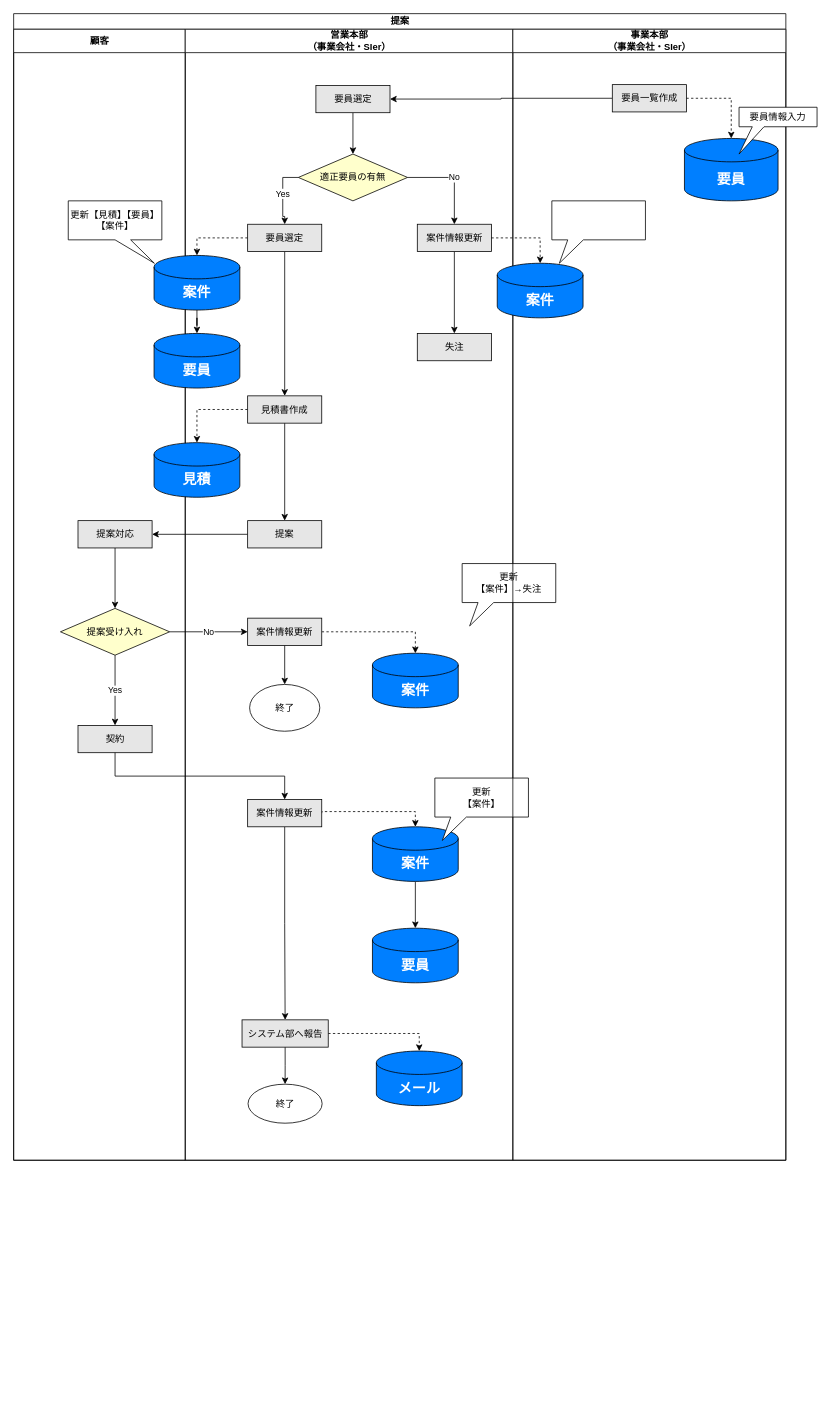
The draw.io diagram page "提案" (4 of 6) of 20230622To-Be業務フロー図.drawio in TaikiHorita/TaikiRepository, before the edit. Source tidied: cells renumbered, new cells numbered last; positions are measured from the earlier drawing's top-left corner, leaving out a move shared by most shapes. Both pictures are drawn from the tidied source at 78%, with x=0, y=0 at pixel (13, 13).
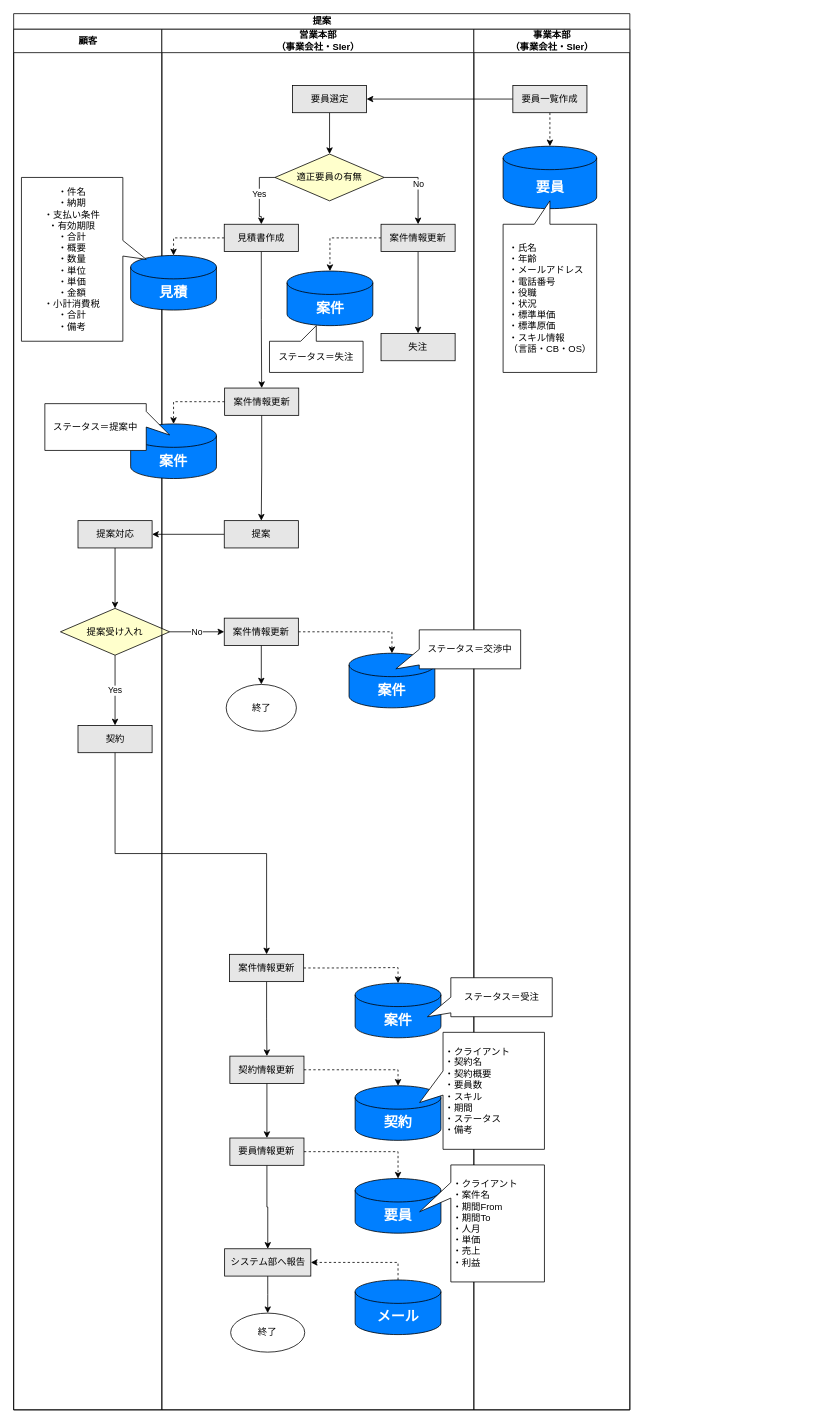
Above is the later version.

Change to the diagram source:
```diff
@@
     <mxCell id="2" value="提案" style="swimlane;startSize=20;html=1;" parent="1" vertex="1">
-      <mxGeometry width="990" height="1470" as="geometry" />
+      <mxGeometry width="790" height="1790" as="geometry" />
     </mxCell>
     <mxCell id="3" value="顧客" style="swimlane;startSize=30;html=1;fillColor=#FFFFFF;" parent="2" vertex="1">
-      <mxGeometry y="20" width="220" height="1450" as="geometry" />
+      <mxGeometry y="20" width="190" height="1770" as="geometry" />
     </mxCell>
@@
-    <mxCell id="9" value="更新【見積】【要員】【案件】" style="shape=callout;whiteSpace=wrap;html=1;perimeter=calloutPerimeter;position2=0.92;fillColor=#FFFFFF;" parent="3" vertex="1">
-      <mxGeometry x="70" y="220" width="120" height="80" as="geometry" />
-    </mxCell>
@@
     <mxCell id="14" value="営業本部&lt;br&gt;（事業会社・SIer）" style="swimlane;startSize=30;html=1;" parent="2" vertex="1">
-      <mxGeometry x="220" y="20" width="420" height="1450" as="geometry" />
+      <mxGeometry x="190" y="20" width="400" height="1770" as="geometry" />
     </mxCell>
@@
-    <mxCell id="17" style="edgeStyle=orthogonalEdgeStyle;rounded=0;jettySize=auto;html=1;exitX=0.5;exitY=1;exitDx=0;exitDy=0;exitPerimeter=0;" parent="14" edge="1" source="18" target="25">
-      <mxGeometry relative="1" as="geometry" />
-    </mxCell>
-    <mxCell id="18" value="&lt;font style=&quot;font-size: 18px;&quot; color=&quot;#ffffff&quot;&gt;&lt;b&gt;案件&lt;/b&gt;&lt;/font&gt;" style="shape=cylinder3;whiteSpace=wrap;html=1;boundedLbl=1;backgroundOutline=1;size=15;fillColor=#007FFF;" parent="14" vertex="1">
+    <mxCell id="18" value="&lt;font color=&quot;#ffffff&quot;&gt;&lt;span style=&quot;font-size: 18px;&quot;&gt;&lt;b&gt;見積&lt;/b&gt;&lt;/span&gt;&lt;/font&gt;" style="shape=cylinder3;whiteSpace=wrap;html=1;boundedLbl=1;backgroundOutline=1;size=15;fillColor=#007FFF;" parent="14" vertex="1">
       <mxGeometry x="-40" y="290" width="110" height="70" as="geometry" />
     </mxCell>
@@
-    <mxCell id="21" style="edgeStyle=orthogonalEdgeStyle;rounded=0;jettySize=auto;html=1;exitX=0.5;exitY=1;exitDx=0;exitDy=0;exitPerimeter=0;entryX=0.5;entryY=0;entryDx=0;entryDy=0;entryPerimeter=0;" parent="14" edge="1" source="22" target="30">
-      <mxGeometry relative="1" as="geometry" />
-    </mxCell>
     <mxCell id="22" value="&lt;font style=&quot;font-size: 18px;&quot; color=&quot;#ffffff&quot;&gt;&lt;b&gt;案件&lt;/b&gt;&lt;/font&gt;" style="shape=cylinder3;whiteSpace=wrap;html=1;boundedLbl=1;backgroundOutline=1;size=15;fillColor=#007FFF;" parent="14" vertex="1">
-      <mxGeometry x="240" y="1022.5" width="110" height="70" as="geometry" />
+      <mxGeometry x="247.8" y="1223" width="110" height="70" as="geometry" />
     </mxCell>
-    <mxCell id="23" value="更新&lt;br&gt;【案件】→失注" style="shape=callout;whiteSpace=wrap;html=1;perimeter=calloutPerimeter;position2=0.08;size=30;position=0.17;base=20;" parent="14" vertex="1">
-      <mxGeometry x="355" y="685" width="120" height="80" as="geometry" />
-    </mxCell>
-    <mxCell id="24" value="更新&lt;br&gt;【案件】" style="shape=callout;whiteSpace=wrap;html=1;perimeter=calloutPerimeter;position2=0.08;size=30;position=0.17;base=20;" parent="14" vertex="1">
-      <mxGeometry x="320" y="960" width="120" height="80" as="geometry" />
-    </mxCell>
-    <mxCell id="25" value="&lt;font style=&quot;font-size: 18px;&quot; color=&quot;#ffffff&quot;&gt;&lt;b&gt;要員&lt;/b&gt;&lt;/font&gt;" style="shape=cylinder3;whiteSpace=wrap;html=1;boundedLbl=1;backgroundOutline=1;size=15;fillColor=#007FFF;" parent="14" vertex="1">
-      <mxGeometry x="-40" y="390" width="110" height="70" as="geometry" />
-    </mxCell>
-    <mxCell id="26" value="&lt;font style=&quot;font-size: 18px;&quot; color=&quot;#ffffff&quot;&gt;&lt;b&gt;見積&lt;/b&gt;&lt;/font&gt;" style="shape=cylinder3;whiteSpace=wrap;html=1;boundedLbl=1;backgroundOutline=1;size=15;fillColor=#007FFF;" parent="14" vertex="1">
-      <mxGeometry x="-40" y="530" width="110" height="70" as="geometry" />
+    <mxCell id="26" value="&lt;font style=&quot;font-size: 18px;&quot; color=&quot;#ffffff&quot;&gt;&lt;b&gt;案件&lt;/b&gt;&lt;/font&gt;" style="shape=cylinder3;whiteSpace=wrap;html=1;boundedLbl=1;backgroundOutline=1;size=15;fillColor=#007FFF;" parent="14" vertex="1">
+      <mxGeometry x="-40" y="506" width="110" height="70" as="geometry" />
     </mxCell>
     <mxCell id="27" value="失注" style="rounded=0;whiteSpace=wrap;html=1;fillColor=#E6E6E6;" parent="14" vertex="1">
-      <mxGeometry x="297.5" y="390" width="95" height="35" as="geometry" />
+      <mxGeometry x="281" y="390" width="95" height="35" as="geometry" />
     </mxCell>
@@
     <mxCell id="30" value="&lt;font style=&quot;font-size: 18px;&quot; color=&quot;#ffffff&quot;&gt;&lt;b&gt;要員&lt;/b&gt;&lt;/font&gt;" style="shape=cylinder3;whiteSpace=wrap;html=1;boundedLbl=1;backgroundOutline=1;size=15;fillColor=#007FFF;" parent="14" vertex="1">
-      <mxGeometry x="240" y="1152.5" width="110" height="70" as="geometry" />
+      <mxGeometry x="247.8" y="1473.5" width="110" height="70" as="geometry" />
     </mxCell>
+    <mxCell id="60" style="edgeStyle=orthogonalEdgeStyle;rounded=0;jettySize=auto;html=1;exitX=0.5;exitY=0;exitDx=0;exitDy=0;exitPerimeter=0;entryX=1;entryY=0.5;entryDx=0;entryDy=0;dashed=1;" parent="14" edge="1" source="31" target="51">
+      <mxGeometry relative="1" as="geometry" />
+    </mxCell>
     <mxCell id="31" value="&lt;font color=&quot;#ffffff&quot;&gt;&lt;span style=&quot;font-size: 18px;&quot;&gt;&lt;b&gt;メール&lt;/b&gt;&lt;/span&gt;&lt;/font&gt;" style="shape=cylinder3;whiteSpace=wrap;html=1;boundedLbl=1;backgroundOutline=1;size=15;fillColor=#007FFF;" parent="14" vertex="1">
-      <mxGeometry x="245" y="1310" width="110" height="70" as="geometry" />
+      <mxGeometry x="247.8" y="1603.5" width="110" height="70" as="geometry" />
     </mxCell>
     <mxCell id="32" value="終了" style="ellipse;whiteSpace=wrap;html=1;" parent="14" vertex="1">
-      <mxGeometry x="80.5" y="1352.5" width="95" height="50" as="geometry" />
+      <mxGeometry x="88.2" y="1646" width="95" height="50" as="geometry" />
     </mxCell>
@@
-    <mxCell id="35" value="要員選定" style="rounded=0;whiteSpace=wrap;html=1;fillColor=#E6E6E6;" parent="14" vertex="1">
+    <mxCell id="35" value="見積書作成" style="rounded=0;whiteSpace=wrap;html=1;fillColor=#E6E6E6;" parent="14" vertex="1">
       <mxGeometry x="80" y="250" width="95" height="35" as="geometry" />
     </mxCell>
@@
-    <mxCell id="38" value="見積書作成" style="rounded=0;whiteSpace=wrap;html=1;fillColor=#E6E6E6;" parent="14" vertex="1">
-      <mxGeometry x="80" y="470" width="95" height="35" as="geometry" />
+    <mxCell id="38" value="案件情報更新" style="rounded=0;whiteSpace=wrap;html=1;fillColor=#E6E6E6;" parent="14" vertex="1">
+      <mxGeometry x="80.5" y="460" width="95" height="35" as="geometry" />
     </mxCell>
@@
+    <mxCell id="59" style="edgeStyle=orthogonalEdgeStyle;rounded=0;jettySize=auto;html=1;exitX=0;exitY=0.5;exitDx=0;exitDy=0;entryX=0.5;entryY=0;entryDx=0;entryDy=0;entryPerimeter=0;dashed=1;" parent="14" edge="1" source="43" target="58">
+      <mxGeometry relative="1" as="geometry" />
+    </mxCell>
     <mxCell id="43" value="案件情報更新" style="rounded=0;whiteSpace=wrap;html=1;fillColor=#E6E6E6;" parent="14" vertex="1">
-      <mxGeometry x="297.5" y="250" width="95" height="35" as="geometry" />
+      <mxGeometry x="281" y="250" width="95" height="35" as="geometry" />
     </mxCell>
@@
+    <mxCell id="61" style="edgeStyle=orthogonalEdgeStyle;rounded=0;jettySize=auto;html=1;exitX=0.5;exitY=1;exitDx=0;exitDy=0;entryX=0.5;entryY=0;entryDx=0;entryDy=0;" parent="14" edge="1" source="48" target="68">
+      <mxGeometry relative="1" as="geometry" />
+    </mxCell>
     <mxCell id="46" style="edgeStyle=orthogonalEdgeStyle;rounded=0;jettySize=auto;html=1;exitX=1;exitY=0.5;exitDx=0;exitDy=0;entryX=0.5;entryY=0;entryDx=0;entryDy=0;entryPerimeter=0;dashed=1;" parent="14" edge="1" source="48" target="22">
-      <mxGeometry relative="1" as="geometry">
-        <Array as="points">
-          <mxPoint x="175" y="1003" />
-          <mxPoint x="295" y="1003" />
-        </Array>
-      </mxGeometry>
+      <mxGeometry relative="1" as="geometry" />
     </mxCell>
-    <mxCell id="47" style="edgeStyle=orthogonalEdgeStyle;rounded=0;jettySize=auto;html=1;exitX=0.5;exitY=1;exitDx=0;exitDy=0;entryX=0.5;entryY=0;entryDx=0;entryDy=0;" parent="14" edge="1" source="48" target="51">
-      <mxGeometry relative="1" as="geometry" />
-    </mxCell>
     <mxCell id="48" value="案件情報更新" style="rounded=0;whiteSpace=wrap;html=1;fillColor=#E6E6E6;" parent="14" vertex="1">
-      <mxGeometry x="80" y="987.5" width="95" height="35" as="geometry" />
+      <mxGeometry x="86.8" y="1186" width="95" height="35" as="geometry" />
     </mxCell>
-    <mxCell id="49" style="edgeStyle=orthogonalEdgeStyle;rounded=0;jettySize=auto;html=1;exitX=1;exitY=0.5;exitDx=0;exitDy=0;entryX=0.5;entryY=0;entryDx=0;entryDy=0;entryPerimeter=0;dashed=1;" parent="14" edge="1" source="51" target="31">
-      <mxGeometry relative="1" as="geometry" />
-    </mxCell>
@@
     <mxCell id="51" value="システム部へ報告" style="rounded=0;whiteSpace=wrap;html=1;fillColor=#E6E6E6;" parent="14" vertex="1">
-      <mxGeometry x="72.8" y="1270" width="110.5" height="35" as="geometry" />
+      <mxGeometry x="80.5" y="1563.5" width="110.5" height="35" as="geometry" />
     </mxCell>
+    <mxCell id="62" value="・件名&lt;br&gt;・納期&lt;br&gt;・支払い条件&lt;br&gt;・有効期限&lt;br&gt;・合計&lt;br&gt;・概要&lt;br&gt;・数量&lt;br&gt;・単位&lt;br&gt;・単価&lt;br&gt;・金額&lt;br&gt;・小計消費税&lt;br&gt;・合計&lt;br&gt;・備考" style="shape=callout;whiteSpace=wrap;html=1;perimeter=calloutPerimeter;size=30;position=0.52;direction=north;base=20;" parent="14" vertex="1">
+      <mxGeometry x="-180" y="190" width="160" height="210" as="geometry" />
+    </mxCell>
+    <mxCell id="63" style="edgeStyle=orthogonalEdgeStyle;rounded=0;jettySize=auto;html=1;exitX=1;exitY=0.5;exitDx=0;exitDy=0;entryX=0.5;entryY=0;entryDx=0;entryDy=0;entryPerimeter=0;dashed=1;" parent="14" edge="1" source="65" target="30">
+      <mxGeometry relative="1" as="geometry" />
+    </mxCell>
+    <mxCell id="64" style="edgeStyle=orthogonalEdgeStyle;rounded=0;jettySize=auto;html=1;exitX=0.5;exitY=1;exitDx=0;exitDy=0;" parent="14" edge="1" source="65" target="51">
+      <mxGeometry relative="1" as="geometry" />
+    </mxCell>
+    <mxCell id="65" value="要員情報更新" style="rounded=0;whiteSpace=wrap;html=1;fillColor=#E6E6E6;" parent="14" vertex="1">
+      <mxGeometry x="87.2" y="1421.5" width="95" height="35" as="geometry" />
+    </mxCell>
+    <mxCell id="66" style="edgeStyle=orthogonalEdgeStyle;rounded=0;jettySize=auto;html=1;exitX=0.5;exitY=1;exitDx=0;exitDy=0;entryX=0.5;entryY=0;entryDx=0;entryDy=0;" parent="14" edge="1" source="68" target="65">
+      <mxGeometry relative="1" as="geometry" />
+    </mxCell>
+    <mxCell id="67" style="edgeStyle=orthogonalEdgeStyle;rounded=0;jettySize=auto;html=1;exitX=1;exitY=0.5;exitDx=0;exitDy=0;entryX=0.5;entryY=0;entryDx=0;entryDy=0;entryPerimeter=0;dashed=1;" parent="14" edge="1" source="68" target="69">
+      <mxGeometry relative="1" as="geometry" />
+    </mxCell>
+    <mxCell id="68" value="契約情報更新" style="rounded=0;whiteSpace=wrap;html=1;fillColor=#E6E6E6;" parent="14" vertex="1">
+      <mxGeometry x="87.2" y="1316.5" width="95" height="35" as="geometry" />
+    </mxCell>
+    <mxCell id="69" value="&lt;font style=&quot;font-size: 18px;&quot; color=&quot;#ffffff&quot;&gt;&lt;b&gt;契約&lt;/b&gt;&lt;/font&gt;" style="shape=cylinder3;whiteSpace=wrap;html=1;boundedLbl=1;backgroundOutline=1;size=15;fillColor=#007FFF;" parent="14" vertex="1">
+      <mxGeometry x="247.8" y="1354.5" width="110" height="70" as="geometry" />
+    </mxCell>
+    <mxCell id="58" value="&lt;font style=&quot;font-size: 18px;&quot; color=&quot;#ffffff&quot;&gt;&lt;b&gt;案件&lt;/b&gt;&lt;/font&gt;" style="shape=cylinder3;whiteSpace=wrap;html=1;boundedLbl=1;backgroundOutline=1;size=15;fillColor=#007FFF;" parent="14" vertex="1">
+      <mxGeometry x="160.5" y="310" width="110" height="70" as="geometry" />
+    </mxCell>
+    <mxCell id="70" value="ステータス＝失注" style="shape=callout;whiteSpace=wrap;html=1;perimeter=calloutPerimeter;direction=west;size=20;position=0.5;" parent="14" vertex="1">
+      <mxGeometry x="138" y="380" width="120" height="60" as="geometry" />
+    </mxCell>
     <mxCell id="52" value="事業本部&lt;br&gt;（事業会社・SIer）" style="swimlane;startSize=30;html=1;" parent="2" vertex="1">
-      <mxGeometry x="640" y="20" width="350" height="1450" as="geometry" />
+      <mxGeometry x="590" y="20" width="200" height="1770" as="geometry" />
     </mxCell>
     <mxCell id="53" value="&lt;font style=&quot;font-size: 18px;&quot; color=&quot;#ffffff&quot;&gt;&lt;b&gt;要員&lt;/b&gt;&lt;/font&gt;" style="shape=cylinder3;whiteSpace=wrap;html=1;boundedLbl=1;backgroundOutline=1;size=15;fillColor=#007FFF;" parent="52" vertex="1">
-      <mxGeometry x="220" y="140" width="120" height="80" as="geometry" />
+      <mxGeometry x="37.5" y="150" width="120" height="80" as="geometry" />
     </mxCell>
-    <mxCell id="54" value="要員情報入力" style="shape=callout;whiteSpace=wrap;html=1;perimeter=calloutPerimeter;size=35;position=0.17;position2=0;base=15;rotation=0;" parent="52" vertex="1">
-      <mxGeometry x="290" y="100" width="100" height="60" as="geometry" />
-    </mxCell>
-    <mxCell id="55" style="shape=callout;whiteSpace=wrap;html=1;perimeter=calloutPerimeter;position2=0.08;size=30;position=0.17;base=20;" parent="52" vertex="1">
-      <mxGeometry x="50" y="220" width="120" height="80" as="geometry" />
-    </mxCell>
-    <mxCell id="56" style="edgeStyle=orthogonalEdgeStyle;rounded=0;jettySize=auto;html=1;exitX=1;exitY=0.5;exitDx=0;exitDy=0;entryX=0.5;entryY=0;entryDx=0;entryDy=0;entryPerimeter=0;dashed=1;" parent="52" edge="1" source="57" target="53">
+    <mxCell id="56" style="edgeStyle=orthogonalEdgeStyle;rounded=0;jettySize=auto;html=1;exitX=0.5;exitY=1;exitDx=0;exitDy=0;entryX=0.5;entryY=0;entryDx=0;entryDy=0;entryPerimeter=0;dashed=1;" parent="52" edge="1" source="57" target="53">
       <mxGeometry relative="1" as="geometry" />
     </mxCell>
     <mxCell id="57" value="要員一覧作成" style="rounded=0;whiteSpace=wrap;html=1;fillColor=#E6E6E6;" parent="52" vertex="1">
-      <mxGeometry x="127.5" y="71" width="95" height="35" as="geometry" />
+      <mxGeometry x="50" y="72" width="95" height="35" as="geometry" />
     </mxCell>
-    <mxCell id="58" value="&lt;font style=&quot;font-size: 18px;&quot; color=&quot;#ffffff&quot;&gt;&lt;b&gt;案件&lt;/b&gt;&lt;/font&gt;" style="shape=cylinder3;whiteSpace=wrap;html=1;boundedLbl=1;backgroundOutline=1;size=15;fillColor=#007FFF;" parent="52" vertex="1">
-      <mxGeometry x="-20" y="300" width="110" height="70" as="geometry" />
-    </mxCell>
-    <mxCell id="59" style="edgeStyle=orthogonalEdgeStyle;rounded=0;jettySize=auto;html=1;exitX=1;exitY=0.5;exitDx=0;exitDy=0;entryX=0.5;entryY=0;entryDx=0;entryDy=0;entryPerimeter=0;dashed=1;" parent="2" edge="1" source="43" target="58">
-      <mxGeometry relative="1" as="geometry" />
-    </mxCell>
+    <mxCell id="71" value="ステータス＝交渉中" style="shape=callout;whiteSpace=wrap;html=1;perimeter=calloutPerimeter;direction=south;position2=1;" parent="52" vertex="1">
+      <mxGeometry x="-100" y="770" width="160" height="50" as="geometry" />
+    </mxCell>
+    <mxCell id="72" value="&lt;div style=&quot;border-color: var(--border-color); text-align: justify;&quot;&gt;&lt;/div&gt;&lt;span style=&quot;border-color: var(--border-color); background-color: initial;&quot;&gt;&lt;/span&gt;&lt;blockquote style=&quot;border: none; margin: 0px 0px 0px 40px; padding: 0px;&quot;&gt;&lt;/blockquote&gt;&lt;span style=&quot;border-color: var(--border-color); background-color: initial;&quot;&gt;&lt;div style=&quot;border-color: var(--border-color); text-align: justify;&quot;&gt;&lt;span style=&quot;border-color: var(--border-color); background-color: initial;&quot;&gt;・氏名&lt;/span&gt;&lt;/div&gt;&lt;/span&gt;&lt;blockquote style=&quot;border: none; margin: 0px 0px 0px 40px; padding: 0px;&quot;&gt;&lt;/blockquote&gt;&lt;span style=&quot;border-color: var(--border-color); background-color: initial;&quot;&gt;&lt;div style=&quot;border-color: var(--border-color); text-align: justify;&quot;&gt;&lt;span style=&quot;border-color: var(--border-color); background-color: initial;&quot;&gt;・年齢&lt;/span&gt;&lt;/div&gt;&lt;/span&gt;&lt;blockquote style=&quot;border: none; margin: 0px 0px 0px 40px; padding: 0px;&quot;&gt;&lt;/blockquote&gt;&lt;span style=&quot;border-color: var(--border-color); background-color: initial;&quot;&gt;&lt;div style=&quot;border-color: var(--border-color); text-align: justify;&quot;&gt;&lt;span style=&quot;border-color: var(--border-color); background-color: initial;&quot;&gt;・メールアドレス&lt;/span&gt;&lt;/div&gt;&lt;/span&gt;&lt;blockquote style=&quot;border: none; margin: 0px 0px 0px 40px; padding: 0px;&quot;&gt;&lt;/blockquote&gt;&lt;span style=&quot;border-color: var(--border-color); background-color: initial;&quot;&gt;&lt;div style=&quot;border-color: var(--border-color); text-align: justify;&quot;&gt;&lt;span style=&quot;border-color: var(--border-color); background-color: initial;&quot;&gt;・電話番号&lt;/span&gt;&lt;/div&gt;&lt;/span&gt;&lt;blockquote style=&quot;border: none; margin: 0px 0px 0px 40px; padding: 0px;&quot;&gt;&lt;/blockquote&gt;&lt;span style=&quot;border-color: var(--border-color); background-color: initial;&quot;&gt;&lt;div style=&quot;border-color: var(--border-color); text-align: justify;&quot;&gt;&lt;span style=&quot;border-color: var(--border-color); background-color: initial;&quot;&gt;・役職&lt;/span&gt;&lt;/div&gt;&lt;/span&gt;&lt;blockquote style=&quot;border: none; margin: 0px 0px 0px 40px; padding: 0px;&quot;&gt;&lt;/blockquote&gt;&lt;span style=&quot;border-color: var(--border-color); background-color: initial;&quot;&gt;&lt;div style=&quot;border-color: var(--border-color); text-align: justify;&quot;&gt;&lt;span style=&quot;border-color: var(--border-color); background-color: initial;&quot;&gt;・状況&lt;/span&gt;&lt;/div&gt;&lt;/span&gt;&lt;blockquote style=&quot;border: none; margin: 0px 0px 0px 40px; padding: 0px;&quot;&gt;&lt;/blockquote&gt;&lt;span style=&quot;border-color: var(--border-color); background-color: initial;&quot;&gt;&lt;div style=&quot;border-color: var(--border-color); text-align: justify;&quot;&gt;&lt;span style=&quot;border-color: var(--border-color); background-color: initial;&quot;&gt;・標準単価&lt;/span&gt;&lt;/div&gt;&lt;/span&gt;&lt;blockquote style=&quot;border: none; margin: 0px 0px 0px 40px; padding: 0px;&quot;&gt;&lt;/blockquote&gt;&lt;span style=&quot;border-color: var(--border-color); background-color: initial;&quot;&gt;&lt;div style=&quot;border-color: var(--border-color); text-align: justify;&quot;&gt;&lt;span style=&quot;border-color: var(--border-color); background-color: initial;&quot;&gt;・標準原価&lt;/span&gt;&lt;/div&gt;&lt;/span&gt;&lt;div style=&quot;border-color: var(--border-color); text-align: justify;&quot;&gt;&lt;span style=&quot;border-color: var(--border-color); background-color: initial;&quot;&gt;・スキル情報&lt;/span&gt;&lt;/div&gt;&lt;div style=&quot;border-color: var(--border-color); text-align: justify;&quot;&gt;&lt;span style=&quot;border-color: var(--border-color); background-color: initial;&quot;&gt;（言語・CB・OS）&lt;/span&gt;&lt;/div&gt;" style="shape=callout;whiteSpace=wrap;html=1;perimeter=calloutPerimeter;direction=west;" parent="52" vertex="1">
+      <mxGeometry x="37.5" y="220" width="120" height="220" as="geometry" />
+    </mxCell>
+    <mxCell id="73" value="ステータス＝受注" style="shape=callout;whiteSpace=wrap;html=1;perimeter=calloutPerimeter;direction=south;position2=1;" parent="52" vertex="1">
+      <mxGeometry x="-59.5" y="1216" width="160" height="50" as="geometry" />
+    </mxCell>
+    <mxCell id="74" value="・クライアント&lt;br&gt;・案件名&lt;br&gt;・期間From&lt;br&gt;・期間To&lt;br&gt;・人月&lt;br&gt;・単価&lt;br&gt;・売上&lt;br&gt;・利益" style="shape=callout;whiteSpace=wrap;html=1;perimeter=calloutPerimeter;direction=south;position2=0.4;size=40;position=0.15;align=left;" parent="52" vertex="1">
+      <mxGeometry x="-69.5" y="1456" width="160" height="150" as="geometry" />
+    </mxCell>
+    <mxCell id="75" value="&lt;div style=&quot;border-color: var(--border-color);&quot;&gt;・クライアント&lt;/div&gt;&lt;div style=&quot;border-color: var(--border-color);&quot;&gt;・契約名&lt;/div&gt;&lt;div style=&quot;border-color: var(--border-color);&quot;&gt;&lt;span style=&quot;border-color: var(--border-color); background-color: initial;&quot;&gt;・契約概要&lt;/span&gt;&lt;/div&gt;&lt;div style=&quot;border-color: var(--border-color);&quot;&gt;&lt;span style=&quot;border-color: var(--border-color); background-color: initial;&quot;&gt;・要員数&lt;/span&gt;&lt;/div&gt;&lt;div style=&quot;border-color: var(--border-color);&quot;&gt;&lt;span style=&quot;border-color: var(--border-color); background-color: initial;&quot;&gt;・スキル&lt;/span&gt;&lt;/div&gt;&lt;div style=&quot;border-color: var(--border-color);&quot;&gt;&lt;span style=&quot;border-color: var(--border-color); background-color: initial;&quot;&gt;・期間&lt;/span&gt;&lt;/div&gt;&lt;div style=&quot;border-color: var(--border-color);&quot;&gt;&lt;span style=&quot;border-color: var(--border-color); background-color: initial;&quot;&gt;・ステータス&lt;/span&gt;&lt;/div&gt;&lt;div style=&quot;border-color: var(--border-color);&quot;&gt;&lt;span style=&quot;border-color: var(--border-color); background-color: initial;&quot;&gt;・備考&lt;/span&gt;&lt;/div&gt;" style="shape=callout;whiteSpace=wrap;html=1;perimeter=calloutPerimeter;direction=south;position2=0.6;size=30;position=0.33;base=31;align=left;" parent="52" vertex="1">
+      <mxGeometry x="-69.5" y="1286" width="160" height="150" as="geometry" />
+    </mxCell>
+    <mxCell id="76" value="ステータス＝提案中" style="shape=callout;whiteSpace=wrap;html=1;perimeter=calloutPerimeter;direction=north;position2=0.33;" parent="1" vertex="1">
+      <mxGeometry x="40" y="500" width="160" height="60" as="geometry" />
+    </mxCell>
```
